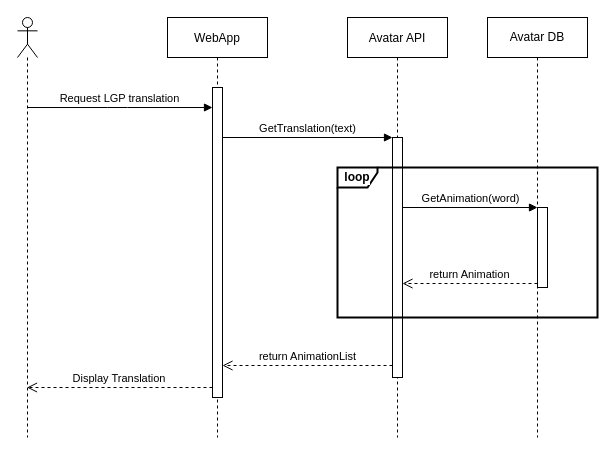
Before: diagrams/US03_SD.drawio in whzd/thesis, a draw.io diagram. Source tidied: cells renumbered, new cells numbered last; positions are measured from the earlier drawing's top-left corner, leaving out a move shared by most shapes. Both pictures are drawn from the tidied source at 100%, with x=0, y=0 at pixel (17, 17).
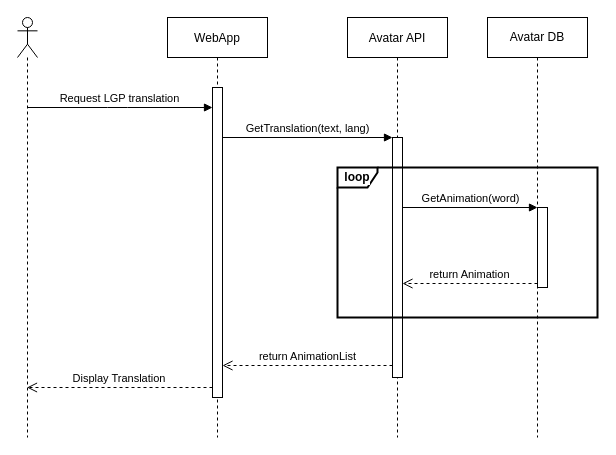
The same page after the edit.

Change to the diagram source:
```diff
@@
 <mxGraphModel>
   <root>
     <mxCell id="0" />
     <mxCell id="1" parent="0" />
     <mxCell id="2" value="WebApp" style="shape=umlLifeline;perimeter=lifelinePerimeter;rounded=0;shadow=0;strokeWidth=1;" parent="1" vertex="1">
       <mxGeometry x="150" width="100" height="420" as="geometry" />
     </mxCell>
     <mxCell id="3" style="points=[];perimeter=orthogonalPerimeter;rounded=0;shadow=0;strokeWidth=1;" parent="2" vertex="1">
       <mxGeometry x="45" y="70" width="10" height="310" as="geometry" />
     </mxCell>
     <mxCell id="4" value="Avatar API" style="shape=umlLifeline;perimeter=lifelinePerimeter;rounded=0;shadow=0;strokeWidth=1;" parent="1" vertex="1">
       <mxGeometry x="330" width="100" height="420" as="geometry" />
     </mxCell>
     <mxCell id="5" style="html=1;points=[];perimeter=orthogonalPerimeter;labelBackgroundColor=#ffffff;strokeWidth=1;" parent="4" vertex="1">
       <mxGeometry x="45" y="120" width="10" height="240" as="geometry" />
     </mxCell>
     <mxCell id="6" style="shape=umlLifeline;participant=umlActor;perimeter=lifelinePerimeter;whiteSpace=wrap;html=1;verticalAlign=top;spacingTop=36;outlineConnect=0;" parent="1" vertex="1">
       <mxGeometry width="20" height="420" as="geometry" />
     </mxCell>
     <mxCell id="7" value="Display Translation" style="verticalAlign=bottom;endArrow=open;dashed=1;endSize=8;shadow=0;strokeWidth=1;" parent="1" edge="1" source="3" target="6">
       <mxGeometry relative="1" as="geometry">
         <Array as="points">
           <mxPoint x="140" y="370" />
         </Array>
       </mxGeometry>
     </mxCell>
     <mxCell id="8" value="Request LGP translation" style="verticalAlign=bottom;endArrow=block;shadow=0;strokeWidth=1;" parent="1" edge="1" source="6" target="3">
       <mxGeometry relative="1" as="geometry">
         <Array as="points">
           <mxPoint x="100" y="90" />
         </Array>
       </mxGeometry>
     </mxCell>
     <mxCell id="9" value="Avatar DB" style="shape=umlLifeline;perimeter=lifelinePerimeter;whiteSpace=wrap;html=1;labelBackgroundColor=#ffffff;strokeWidth=1;" parent="1" vertex="1">
       <mxGeometry x="470" width="100" height="420" as="geometry" />
     </mxCell>
     <mxCell id="10" style="html=1;points=[];perimeter=orthogonalPerimeter;labelBackgroundColor=#ffffff;strokeWidth=1;" parent="9" vertex="1">
       <mxGeometry x="50" y="190" width="10" height="80" as="geometry" />
     </mxCell>
-    <mxCell id="11" value="GetTranslation(text)" style="html=1;verticalAlign=bottom;endArrow=block;entryX=0;entryY=0;strokeWidth=1;" parent="1" edge="1" source="3" target="5">
+    <mxCell id="11" value="GetTranslation(text, lang)" style="html=1;verticalAlign=bottom;endArrow=block;entryX=0;entryY=0;strokeWidth=1;" parent="1" edge="1" source="3" target="5">
       <mxGeometry relative="1" as="geometry" />
     </mxCell>
     <mxCell id="12" value="return AnimationList" style="html=1;verticalAlign=bottom;endArrow=open;dashed=1;endSize=8;exitX=0;exitY=0.95;strokeWidth=1;" parent="1" edge="1" source="5" target="3">
       <mxGeometry relative="1" as="geometry" />
     </mxCell>
     <mxCell id="13" value="GetAnimation(word)" style="html=1;verticalAlign=bottom;endArrow=block;entryX=0;entryY=0;strokeWidth=1;" parent="1" edge="1" source="5" target="10">
       <mxGeometry relative="1" as="geometry" />
     </mxCell>
     <mxCell id="14" value="return Animation" style="html=1;verticalAlign=bottom;endArrow=open;dashed=1;endSize=8;exitX=0;exitY=0.95;strokeWidth=1;" parent="1" edge="1" source="10" target="5">
       <mxGeometry relative="1" as="geometry" />
     </mxCell>
     <mxCell id="15" value="loop" style="shape=umlFrame;whiteSpace=wrap;html=1;labelBackgroundColor=#ffffff;strokeWidth=2;width=40;height=20;fontStyle=1;" parent="1" vertex="1">
       <mxGeometry x="320" y="150" width="260" height="150" as="geometry" />
     </mxCell>
   </root>
 </mxGraphModel>
```
